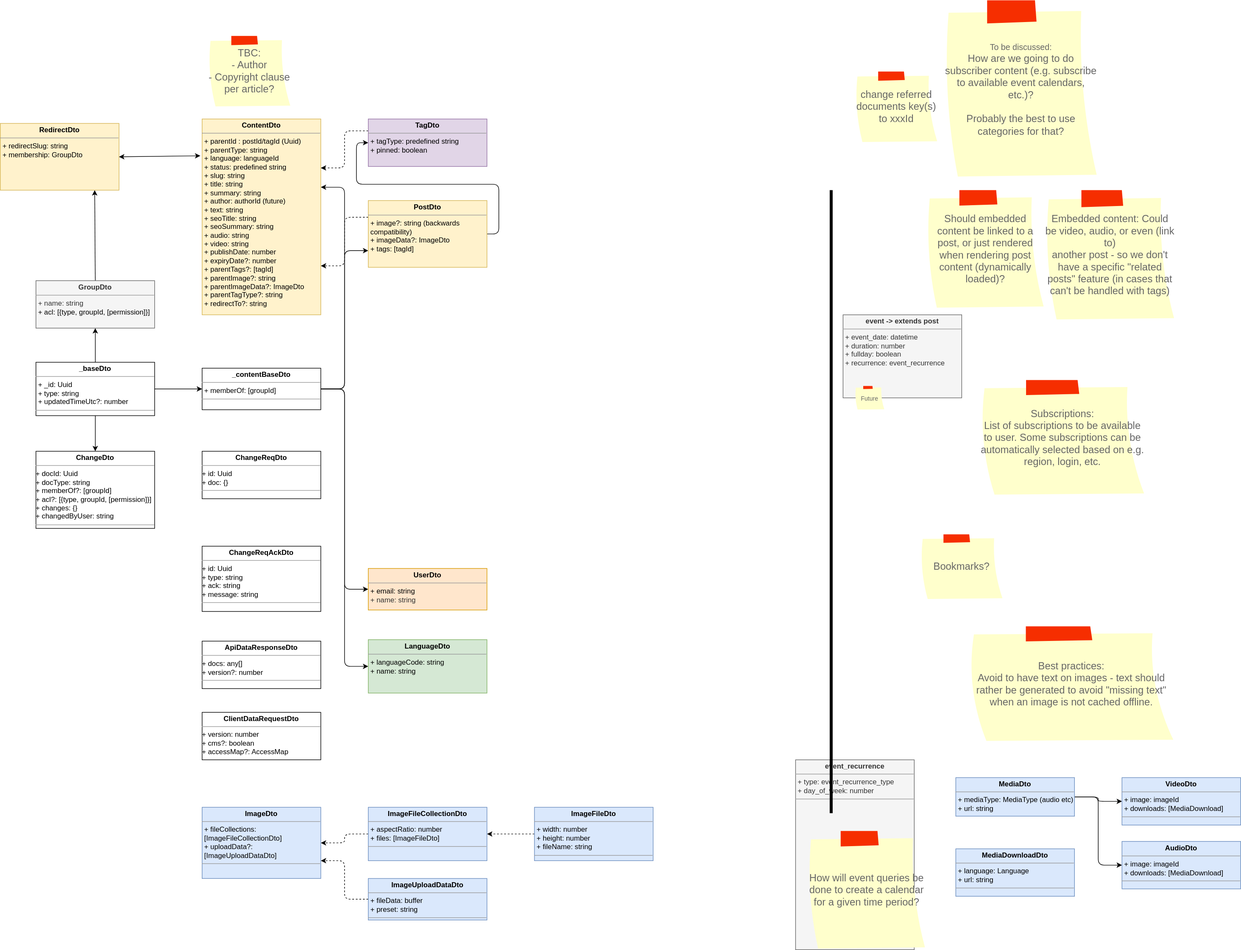
Earlier version of the draw.io export docs/datamodel.drawio.svg (bccsa/luminary). Source tidied: cells renumbered, new cells last; positions are measured from the earlier drawing's top-left corner, leaving out a move shared by most shapes.
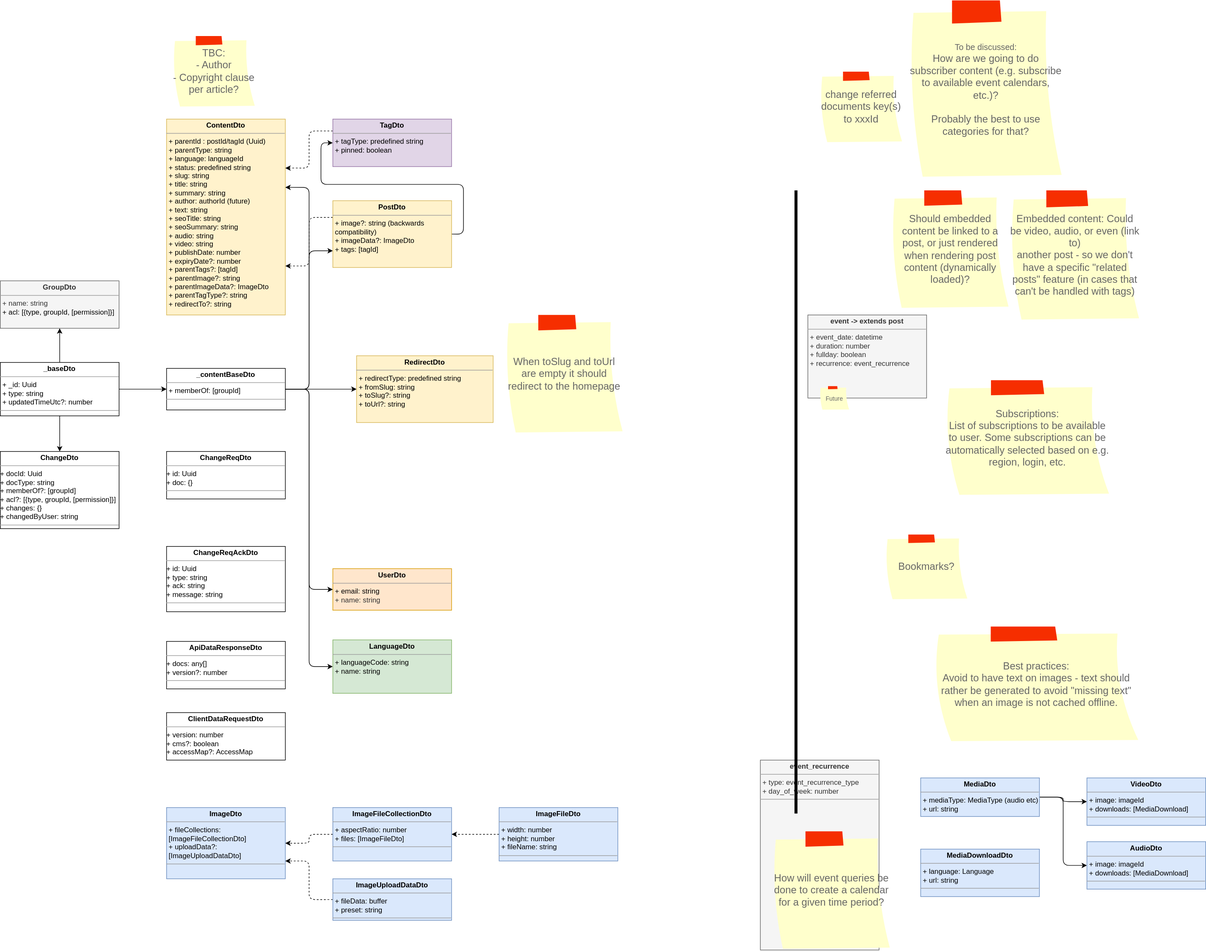
The same diagram one commit later.

Commit message:
Add Redirect Type/RedirectDto

Change to the diagram source:
```diff
@@ -96,9 +96,6 @@
     <mxCell id="28" value="&lt;p style=&quot;margin:0px;margin-top:4px;text-align:center;&quot;&gt;&lt;b&gt;UserDto&lt;/b&gt;&lt;/p&gt;&lt;hr size=&quot;1&quot;&gt;&lt;p style=&quot;margin:0px;margin-left:4px;&quot;&gt;&lt;span style=&quot;background-color: initial;&quot;&gt;+ email: string&lt;/span&gt;&lt;/p&gt;&lt;p style=&quot;margin:0px;margin-left:4px;&quot;&gt;&lt;span style=&quot;color: rgb(51, 51, 51);&quot;&gt;+ name: string&lt;/span&gt;&lt;span style=&quot;background-color: initial;&quot;&gt;&lt;br&gt;&lt;/span&gt;&lt;/p&gt;" style="verticalAlign=top;align=left;overflow=fill;fontSize=12;fontFamily=Helvetica;html=1;whiteSpace=wrap;fillColor=#ffe6cc;strokeColor=#d79b00;" parent="1" vertex="1">
       <mxGeometry x="620" y="957.5" width="200" height="70" as="geometry" />
     </mxCell>
-    <mxCell id="29" style="edgeStyle=none;html=1;exitX=0.5;exitY=0;exitDx=0;exitDy=0;entryX=0.795;entryY=1;entryDx=0;entryDy=0;entryPerimeter=0;" parent="1" edge="1" source="30" target="52">
-      <mxGeometry relative="1" as="geometry" />
-    </mxCell>
     <mxCell id="30" value="&lt;p style=&quot;margin:0px;margin-top:4px;text-align:center;&quot;&gt;&lt;b&gt;GroupDto&lt;/b&gt;&lt;/p&gt;&lt;hr size=&quot;1&quot;&gt;&lt;p style=&quot;margin:0px;margin-left:4px;&quot;&gt;+ name: string&lt;/p&gt;&lt;p style=&quot;margin:0px;margin-left:4px;&quot;&gt;&lt;span style=&quot;color: rgb(0, 0, 0);&quot;&gt;+ acl: [{type, groupId, [permission]}]&lt;/span&gt;&lt;/p&gt;&lt;span style=&quot;color: rgb(0, 0, 0);&quot;&gt;&lt;br&gt;&lt;/span&gt;" style="verticalAlign=top;align=left;overflow=fill;fontSize=12;fontFamily=Helvetica;html=1;whiteSpace=wrap;fillColor=#f5f5f5;fontColor=#333333;strokeColor=#666666;" parent="1" vertex="1">
       <mxGeometry x="60" y="472.5" width="200" height="80" as="geometry" />
     </mxCell>
@@ -123,6 +120,9 @@
     <mxCell id="36" value="&lt;span style=&quot;font-size: 14px;&quot;&gt;To be discussed:&lt;br&gt;&lt;/span&gt;How are we going to do subscriber content (e.g. subscribe to available event calendars, etc.)?&lt;br&gt;&lt;br&gt;Probably the best to use categories for that?" style="strokeWidth=1;shadow=0;dashed=0;align=center;html=1;shape=mxgraph.mockup.text.stickyNote2;fontColor=#666666;mainText=;fontSize=17;whiteSpace=wrap;fillColor=#ffffcc;strokeColor=#F62E00;" parent="1" vertex="1">
       <mxGeometry x="1590" width="260" height="300" as="geometry" />
     </mxCell>
+    <mxCell id="54" style="edgeStyle=none;html=1;entryX=0;entryY=0.5;entryDx=0;entryDy=0;" parent="1" edge="1" source="37" target="55">
+      <mxGeometry relative="1" as="geometry" />
+    </mxCell>
     <mxCell id="37" value="&lt;p style=&quot;margin:0px;margin-top:4px;text-align:center;&quot;&gt;&lt;b&gt;_contentBaseDto&lt;/b&gt;&lt;/p&gt;&lt;hr size=&quot;1&quot;&gt;&lt;p style=&quot;margin:0px;margin-left:4px;&quot;&gt;&lt;span style=&quot;background-color: initial;&quot;&gt;+ memberOf: [groupId]&lt;/span&gt;&lt;br&gt;&lt;/p&gt;&lt;hr size=&quot;1&quot;&gt;&lt;p style=&quot;margin:0px;margin-left:4px;&quot;&gt;&lt;br&gt;&lt;/p&gt;" style="verticalAlign=top;align=left;overflow=fill;fontSize=12;fontFamily=Helvetica;html=1;whiteSpace=wrap;" parent="1" vertex="1">
       <mxGeometry x="340" y="620" width="200" height="70" as="geometry" />
     </mxCell>
@@ -168,11 +168,11 @@
     <mxCell id="51" value="&lt;p style=&quot;margin:0px;margin-top:4px;text-align:center;&quot;&gt;&lt;b&gt;ImageFileDto&lt;/b&gt;&lt;/p&gt;&lt;hr size=&quot;1&quot;&gt;&lt;p style=&quot;margin:0px;margin-left:4px;&quot;&gt;+ width: number&lt;/p&gt;&lt;p style=&quot;margin:0px;margin-left:4px;&quot;&gt;+ height: number&lt;/p&gt;&lt;p style=&quot;margin:0px;margin-left:4px;&quot;&gt;+ fileName: string&lt;/p&gt;&lt;hr size=&quot;1&quot;&gt;&lt;p style=&quot;margin:0px;margin-left:4px;&quot;&gt;&lt;br&gt;&lt;/p&gt;" style="verticalAlign=top;align=left;overflow=fill;fontSize=12;fontFamily=Helvetica;html=1;whiteSpace=wrap;fillColor=#dae8fc;strokeColor=#6c8ebf;" parent="1" vertex="1">
       <mxGeometry x="900" y="1360" width="200" height="90" as="geometry" />
     </mxCell>
-    <mxCell id="52" value="&lt;p style=&quot;margin:0px;margin-top:4px;text-align:center;&quot;&gt;&lt;b&gt;RedirectDto&lt;/b&gt;&lt;/p&gt;&lt;hr size=&quot;1&quot;&gt;&lt;p style=&quot;margin:0px;margin-left:4px;&quot;&gt;+ redirectSlug: string&lt;/p&gt;&lt;p style=&quot;margin:0px;margin-left:4px;&quot;&gt;+ membership: GroupDto&lt;/p&gt;" style="verticalAlign=top;align=left;overflow=fill;fontSize=12;fontFamily=Helvetica;html=1;whiteSpace=wrap;fillColor=#fff2cc;strokeColor=#d6b656;" parent="1" vertex="1">
-      <mxGeometry y="207.5" width="200" height="112.5" as="geometry" />
-    </mxCell>
-    <mxCell id="53" style="endArrow=classic;startArrow=classic;html=1;shadow=0;exitX=1;exitY=0.5;exitDx=0;exitDy=0;entryX=-0.015;entryY=0.188;entryDx=0;entryDy=0;entryPerimeter=0;" parent="1" edge="1" source="52" target="2">
-      <mxGeometry relative="1" as="geometry" />
-    </mxCell>
+    <mxCell id="55" value="&lt;p style=&quot;margin:0px;margin-top:4px;text-align:center;&quot;&gt;&lt;b&gt;RedirectDto&lt;/b&gt;&lt;/p&gt;&lt;hr size=&quot;1&quot;&gt;&lt;p style=&quot;border-color: var(--border-color); margin: 0px 0px 0px 4px;&quot;&gt;+ redirectType: predefined string&lt;/p&gt;&lt;p style=&quot;border-color: var(--border-color); margin: 0px 0px 0px 4px;&quot;&gt;+ fromSlug: string&lt;/p&gt;&lt;p style=&quot;margin:0px;margin-left:4px;&quot;&gt;+ toSlug?: string&lt;/p&gt;&lt;p style=&quot;margin:0px;margin-left:4px;&quot;&gt;+ toUrl?: string&lt;/p&gt;&lt;p style=&quot;margin:0px;margin-left:4px;&quot;&gt;&lt;span style=&quot;background-color: initial;&quot;&gt;&amp;nbsp;&lt;/span&gt;&lt;br&gt;&lt;/p&gt;" style="verticalAlign=top;align=left;overflow=fill;fontSize=12;fontFamily=Helvetica;html=1;whiteSpace=wrap;fillColor=#fff2cc;strokeColor=#d6b656;" parent="1" vertex="1">
+      <mxGeometry x="660" y="598.8" width="230" height="112.5" as="geometry" />
+    </mxCell>
+    <mxCell id="56" value="When toSlug and toUrl are empty it should redirect to the homepage" style="strokeWidth=1;shadow=0;dashed=0;align=center;html=1;shape=mxgraph.mockup.text.stickyNote2;fontColor=#666666;mainText=;fontSize=17;whiteSpace=wrap;fillColor=#ffffcc;strokeColor=#F62E00;" parent="1" vertex="1">
+      <mxGeometry x="910" y="530" width="200" height="200" as="geometry" />
+    </mxCell>
   </root>
 </mxGraphModel>
```
